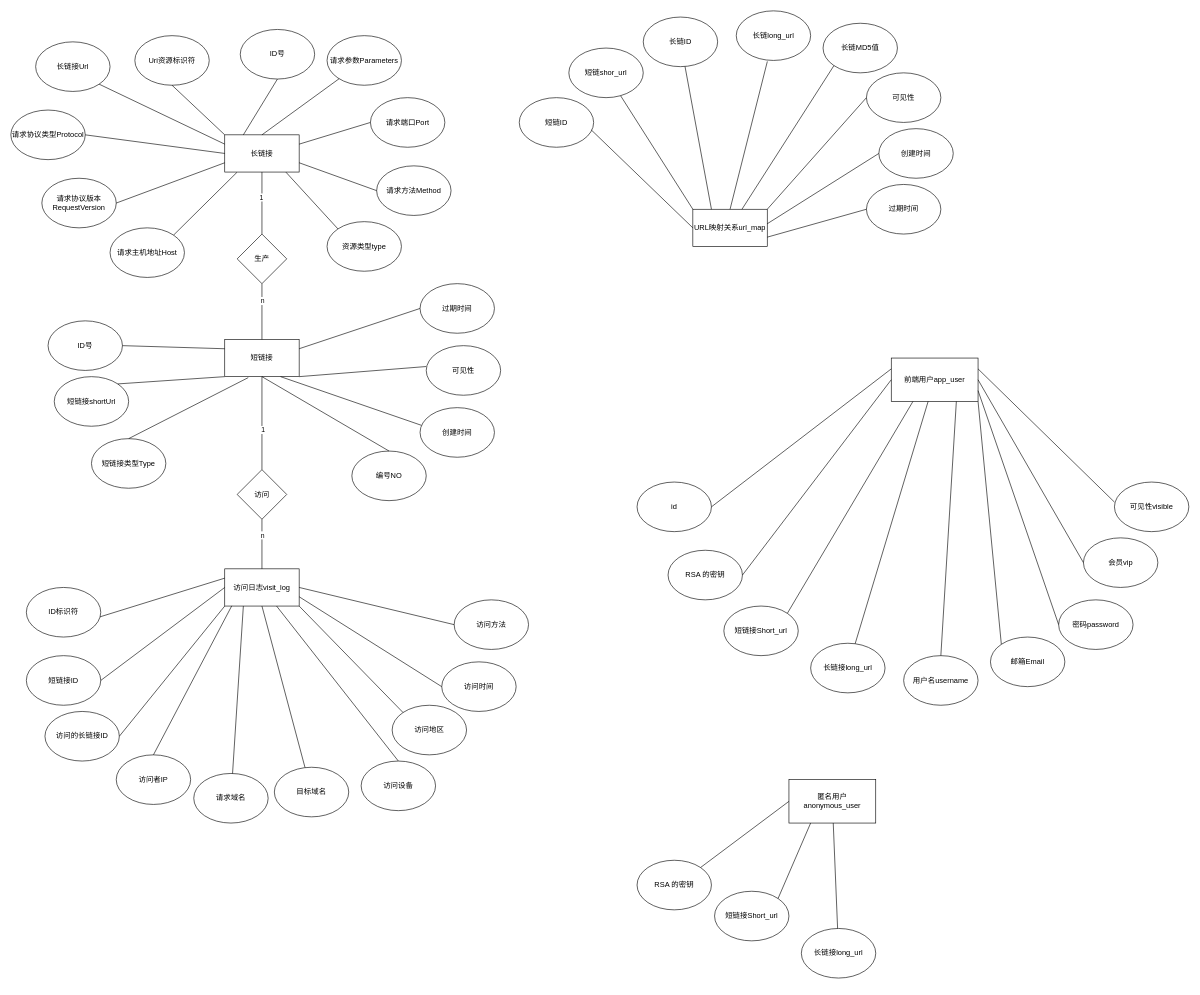
Earlier version of the draw.io diagram url-core/src/main/resources/direct/ER模型.drawio (HK-hub/Short-URL). Source tidied: cells renumbered, new cells numbered last; positions are measured from the earlier drawing's top-left corner, leaving out a move shared by most shapes. Both pictures are drawn from the tidied source at 62%, with x=0, y=0 at pixel (11, 11).
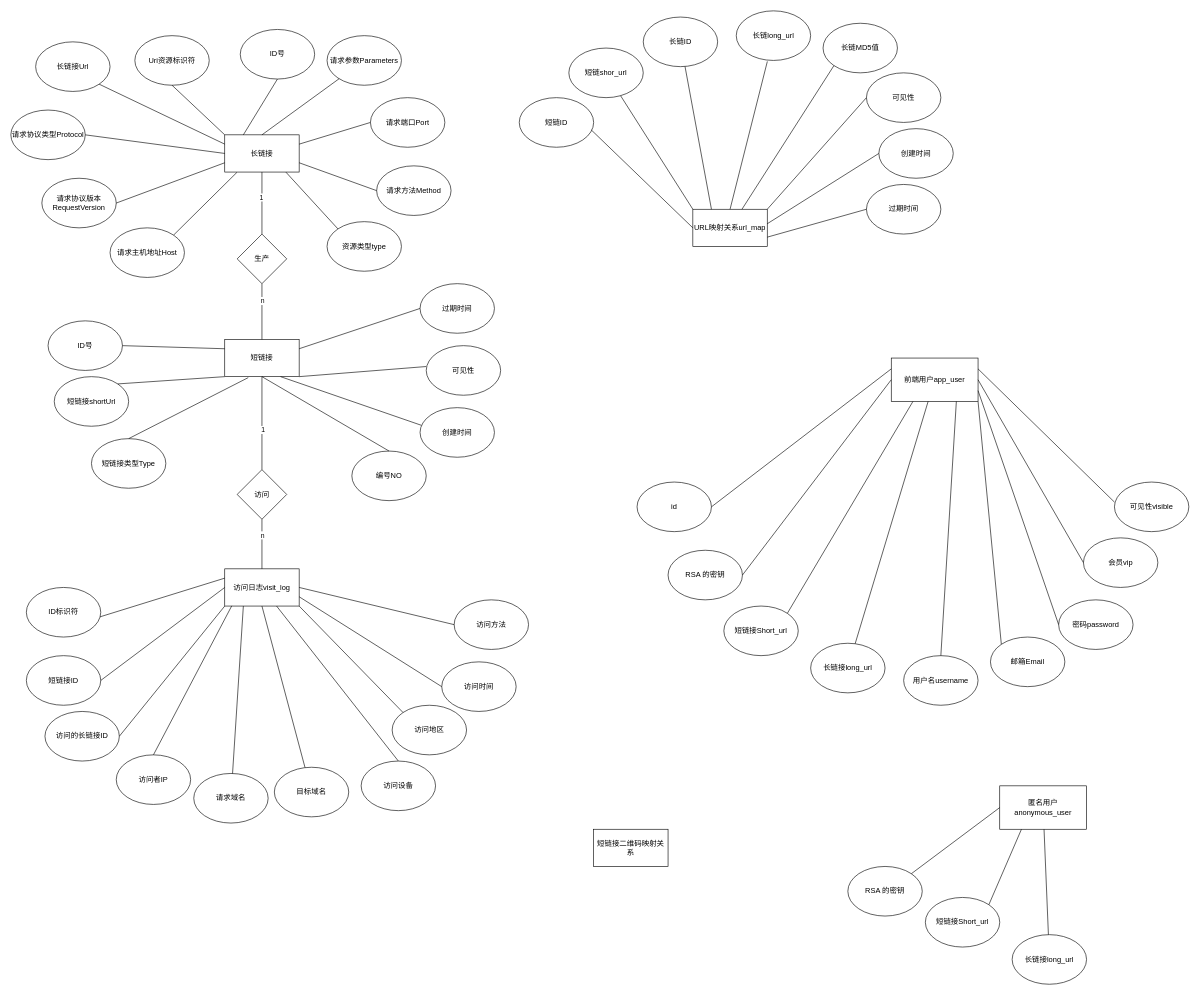
Above is the later version.

What changed in the source:
```diff
@@
     <mxCell id="105" value="匿名用户anonymous_user" style="rounded=0;whiteSpace=wrap;html=1;" parent="1" vertex="1">
-      <mxGeometry x="1255" y="1240" width="140" height="70" as="geometry" />
+      <mxGeometry x="1595" y="1250" width="140" height="70" as="geometry" />
     </mxCell>
     <mxCell id="106" value="RSA 的密钥" style="ellipse;whiteSpace=wrap;html=1;" parent="1" vertex="1">
-      <mxGeometry x="1010" y="1370" width="120" height="80" as="geometry" />
+      <mxGeometry x="1350" y="1380" width="120" height="80" as="geometry" />
     </mxCell>
     <mxCell id="107" value="短链接Short_url" style="ellipse;whiteSpace=wrap;html=1;" parent="1" vertex="1">
-      <mxGeometry x="1135" y="1420" width="120" height="80" as="geometry" />
+      <mxGeometry x="1475" y="1430" width="120" height="80" as="geometry" />
     </mxCell>
     <mxCell id="108" value="长链接long_url" style="ellipse;whiteSpace=wrap;html=1;" parent="1" vertex="1">
-      <mxGeometry x="1275" y="1480" width="120" height="80" as="geometry" />
+      <mxGeometry x="1615" y="1490" width="120" height="80" as="geometry" />
     </mxCell>
@@
+    <mxCell id="112" value="短链接二维码映射关系" style="rounded=0;whiteSpace=wrap;html=1;" parent="1" vertex="1">
+      <mxGeometry x="940" y="1320" width="120" height="60" as="geometry" />
+    </mxCell>
```
